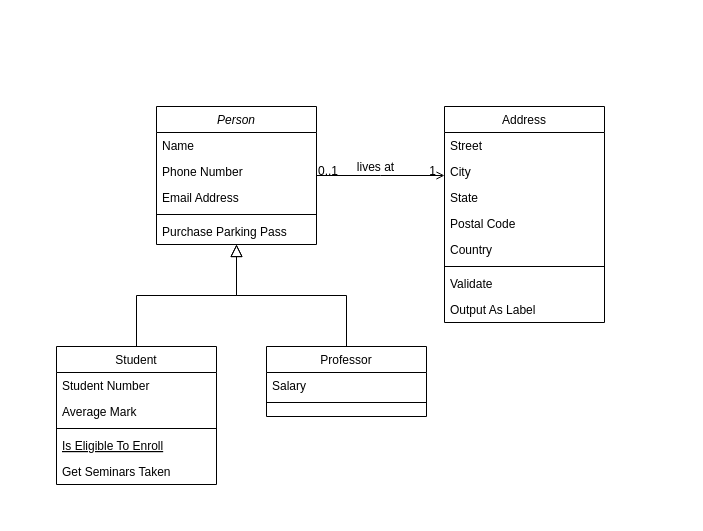
The draw.io diagram Diagrama de clases2.drawio in SantiagoRuizM/pragma_BasesDatos, before the edit. Source tidied: cells renumbered, new cells numbered last; positions are measured from the earlier drawing's top-left corner, leaving out a move shared by most shapes. Both pictures are drawn from the tidied source at 100%, with x=0, y=0 at pixel (56, 106).
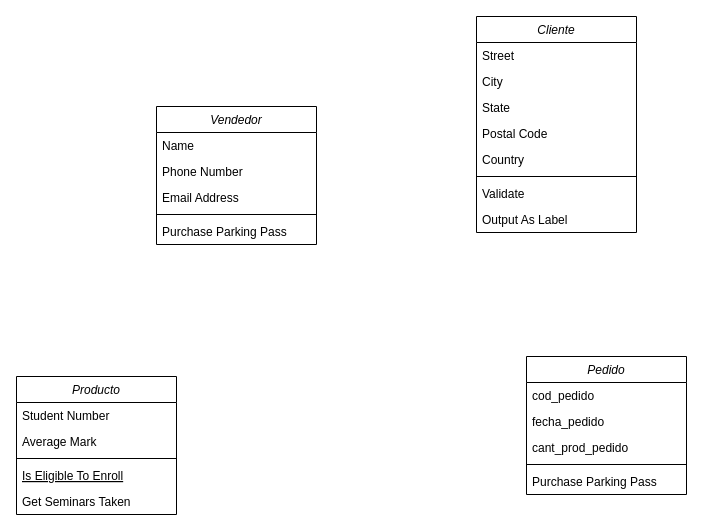
Above is the later version.

Change to the diagram source:
```diff
@@
-    <mxCell id="2" value="Person" style="swimlane;fontStyle=2;align=center;verticalAlign=top;horizontal=1;startSize=26;rounded=0;shadow=0;strokeWidth=1;" parent="1" vertex="1">
+    <mxCell id="2" value="Vendedor" style="swimlane;fontStyle=2;align=center;verticalAlign=top;horizontal=1;startSize=26;rounded=0;shadow=0;strokeWidth=1;" parent="1" vertex="1">
       <mxGeometry x="100" width="160" height="138" as="geometry" />
     </mxCell>
@@
-    <mxCell id="8" value="Student" style="swimlane;fontStyle=0;align=center;verticalAlign=top;horizontal=1;startSize=26;rounded=0;shadow=0;strokeWidth=1;" parent="1" vertex="1">
-      <mxGeometry y="240" width="160" height="138" as="geometry" />
+    <mxCell id="8" value="Producto" style="swimlane;fontStyle=2;align=center;verticalAlign=top;horizontal=1;startSize=26;rounded=0;shadow=0;strokeWidth=1;" parent="1" vertex="1">
+      <mxGeometry x="-40" y="270" width="160" height="138" as="geometry" />
     </mxCell>
@@
-    <mxCell id="14" style="endArrow=block;endSize=10;endFill=0;shadow=0;strokeWidth=1;rounded=0;edgeStyle=elbowEdgeStyle;elbow=vertical;" parent="1" edge="1" source="8" target="2">
-      <mxGeometry relative="1" as="geometry" />
-    </mxCell>
-    <mxCell id="15" value="Professor" style="swimlane;fontStyle=0;align=center;verticalAlign=top;horizontal=1;startSize=26;rounded=0;shadow=0;strokeWidth=1;" parent="1" vertex="1">
-      <mxGeometry x="210" y="240" width="160" height="70" as="geometry" />
-    </mxCell>
-    <mxCell id="16" value="Salary" style="text;align=left;verticalAlign=top;spacingLeft=4;spacingRight=4;overflow=hidden;" parent="15" vertex="1">
-      <mxGeometry y="26" width="160" height="26" as="geometry" />
-    </mxCell>
-    <mxCell id="17" style="line;html=1;strokeWidth=1;align=left;verticalAlign=middle;spacingTop=-1;spacingLeft=3;spacingRight=3;labelPosition=right;" parent="15" vertex="1">
-      <mxGeometry y="52" width="160" height="8" as="geometry" />
-    </mxCell>
-    <mxCell id="18" style="endArrow=block;endSize=10;endFill=0;shadow=0;strokeWidth=1;rounded=0;edgeStyle=elbowEdgeStyle;elbow=vertical;" parent="1" edge="1" source="15" target="2">
-      <mxGeometry relative="1" as="geometry" />
-    </mxCell>
-    <mxCell id="19" value="Address" style="swimlane;fontStyle=0;align=center;verticalAlign=top;horizontal=1;startSize=26;rounded=0;shadow=0;strokeWidth=1;" parent="1" vertex="1">
-      <mxGeometry x="388" width="160" height="216" as="geometry" />
+    <mxCell id="19" value="Cliente" style="swimlane;fontStyle=2;align=center;verticalAlign=top;horizontal=1;startSize=26;rounded=0;shadow=0;strokeWidth=1;" parent="1" vertex="1">
+      <mxGeometry x="420" y="-90" width="160" height="216" as="geometry" />
     </mxCell>
@@
-    <mxCell id="28" style="endArrow=open;shadow=0;strokeWidth=1;rounded=0;endFill=1;edgeStyle=elbowEdgeStyle;elbow=vertical;" parent="1" edge="1" source="2" target="19">
-      <mxGeometry x="0.5" y="41" relative="1" as="geometry">
-        <mxPoint x="-40" y="32" as="offset" />
-      </mxGeometry>
-    </mxCell>
-    <mxCell id="29" value="0..1" style="align=left;verticalAlign=bottom;labelBackgroundColor=none;fontSize=12;" parent="28" vertex="1">
-      <mxGeometry x="-1" relative="1" as="geometry">
-        <mxPoint y="4" as="offset" />
-      </mxGeometry>
-    </mxCell>
-    <mxCell id="30" value="1" style="align=right;verticalAlign=bottom;labelBackgroundColor=none;fontSize=12;" parent="28" vertex="1">
-      <mxGeometry x="1" relative="1" as="geometry">
-        <mxPoint x="-7" y="4" as="offset" />
-      </mxGeometry>
-    </mxCell>
-    <mxCell id="31" value="lives at" style="text;html=1;align=center;verticalAlign=middle;labelBackgroundColor=none;rounded=0;shadow=0;strokeWidth=1;fontSize=12;" parent="28" vertex="1">
-      <mxGeometry x="0.5" y="49" relative="1" as="geometry">
-        <mxPoint x="-38" y="40" as="offset" />
-      </mxGeometry>
-    </mxCell>
+    <mxCell id="32" value="Pedido" style="swimlane;fontStyle=2;align=center;verticalAlign=top;horizontal=1;startSize=26;rounded=0;shadow=0;strokeWidth=1;" parent="1" vertex="1">
+      <mxGeometry x="470" y="250" width="160" height="138" as="geometry" />
+    </mxCell>
+    <mxCell id="33" value="cod_pedido" style="text;align=left;verticalAlign=top;spacingLeft=4;spacingRight=4;overflow=hidden;" parent="32" vertex="1">
+      <mxGeometry y="26" width="160" height="26" as="geometry" />
+    </mxCell>
+    <mxCell id="34" value="fecha_pedido" style="text;align=left;verticalAlign=top;spacingLeft=4;spacingRight=4;overflow=hidden;rounded=0;shadow=0;html=0;" parent="32" vertex="1">
+      <mxGeometry y="52" width="160" height="26" as="geometry" />
+    </mxCell>
+    <mxCell id="35" value="cant_prod_pedido" style="text;align=left;verticalAlign=top;spacingLeft=4;spacingRight=4;overflow=hidden;rounded=0;shadow=0;html=0;" parent="32" vertex="1">
+      <mxGeometry y="78" width="160" height="26" as="geometry" />
+    </mxCell>
+    <mxCell id="36" style="line;html=1;strokeWidth=1;align=left;verticalAlign=middle;spacingTop=-1;spacingLeft=3;spacingRight=3;labelPosition=right;" parent="32" vertex="1">
+      <mxGeometry y="104" width="160" height="8" as="geometry" />
+    </mxCell>
+    <mxCell id="37" value="Purchase Parking Pass" style="text;align=left;verticalAlign=top;spacingLeft=4;spacingRight=4;overflow=hidden;" parent="32" vertex="1">
+      <mxGeometry y="112" width="160" height="26" as="geometry" />
+    </mxCell>
```
